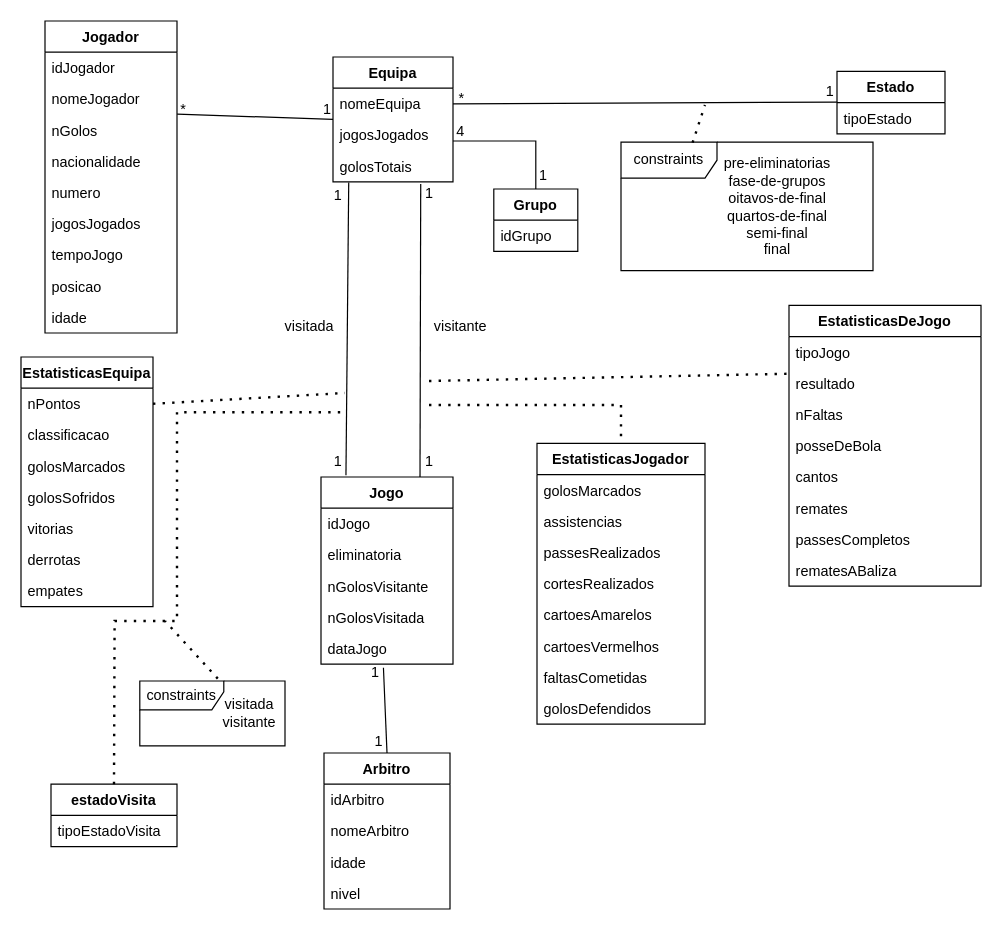
Above: diagrama bonito.drawio in dratomitoma/BD (draw.io), before the change. Source tidied: cells renumbered, new cells numbered last; positions are measured from the earlier drawing's top-left corner, leaving out a move shared by most shapes. Both pictures are drawn from the tidied source at 120%, with x=0, y=0 at pixel (20, 20).
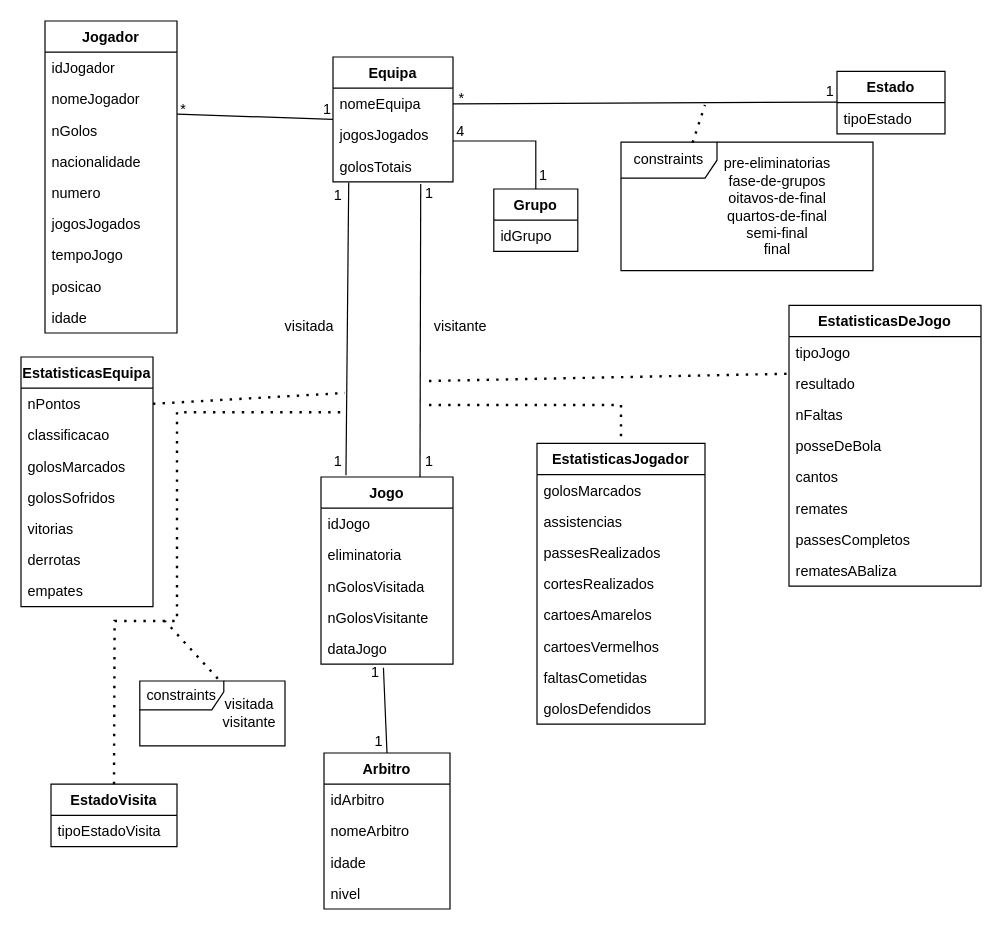
The same page after the edit.

Unchanged cells that the change refers to:
```xml
<mxCell id="17" value="Jogo" style="swimlane;fontStyle=1;align=center;verticalAlign=top;horizontal=1;startSize=26;" parent="1" vertex="1">
  <mxGeometry x="250" y="380" width="110" height="156" as="geometry" />
</mxCell>
```

What changed in the source:
```diff
@@
+    <mxCell id="21" value="nGolosVisitada" style="text;strokeColor=none;fillColor=none;align=left;verticalAlign=top;spacingLeft=4;spacingRight=4;overflow=hidden;" parent="17" vertex="1">
+      <mxGeometry y="78" width="110" height="26" as="geometry" />
+    </mxCell>
     <mxCell id="20" value="nGolosVisitante" style="text;strokeColor=none;fillColor=none;align=left;verticalAlign=top;spacingLeft=4;spacingRight=4;overflow=hidden;" parent="17" vertex="1">
-      <mxGeometry y="78" width="110" height="26" as="geometry" />
+      <mxGeometry y="104" width="110" height="26" as="geometry" />
     </mxCell>
-    <mxCell id="21" value="nGolosVisitada" style="text;strokeColor=none;fillColor=none;align=left;verticalAlign=top;spacingLeft=4;spacingRight=4;overflow=hidden;" parent="17" vertex="1">
-      <mxGeometry y="104" width="110" height="26" as="geometry" />
-    </mxCell>
@@
-    <mxCell id="83" value="estadoVisita" style="swimlane;fontStyle=1;align=center;verticalAlign=top;horizontal=1;startSize=26;" parent="1" vertex="1">
+    <mxCell id="83" value="EstadoVisita" style="swimlane;fontStyle=1;align=center;verticalAlign=top;horizontal=1;startSize=26;" parent="1" vertex="1">
       <mxGeometry x="25" y="636" width="105" height="52" as="geometry" />
     </mxCell>
```
